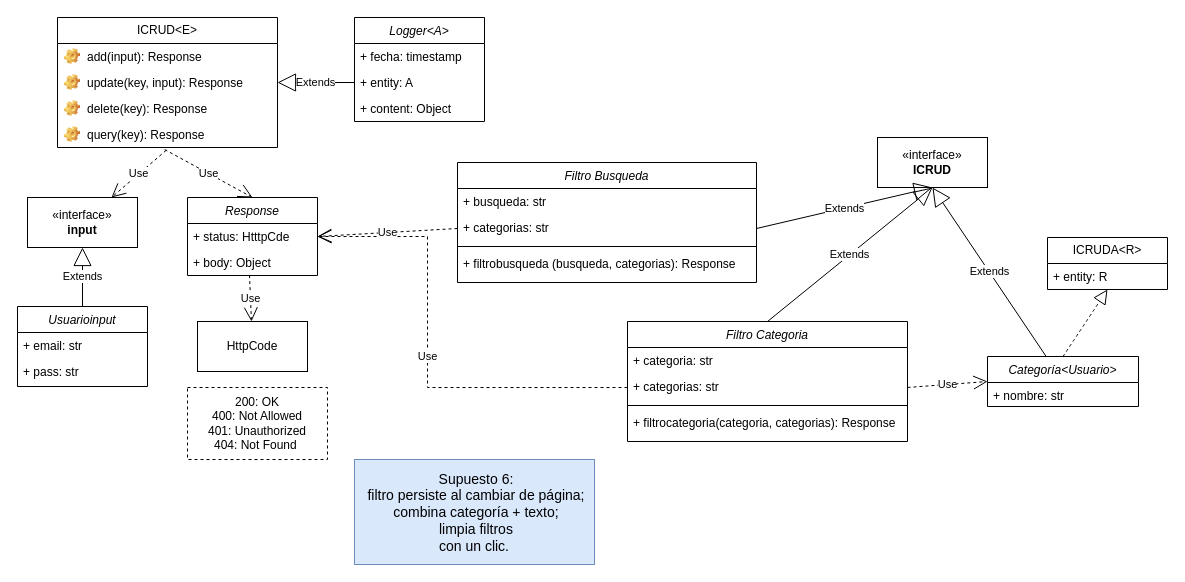
Above: Front-End_Sprint/DiagramaSupuesto6.drawio in Giggin-html/dwm4 (draw.io), before the change. Source tidied: cells renumbered, new cells numbered last; positions are measured from the earlier drawing's top-left corner, leaving out a move shared by most shapes. Both pictures are drawn from the tidied source at 100%, with x=0, y=0 at pixel (17, 17).
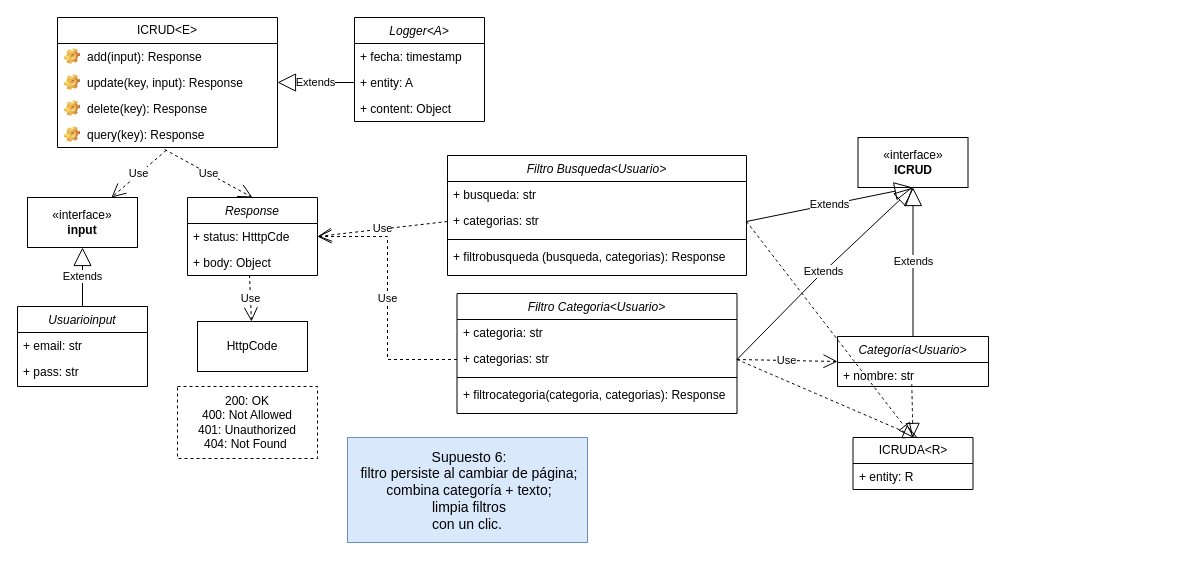
Above is the later version.

Unchanged cells that the change refers to:
```xml
<mxCell id="4" value="+ categorias: str" style="text;strokeColor=none;fillColor=none;align=left;verticalAlign=top;spacingLeft=4;spacingRight=4;overflow=hidden;points=[[0,0.5],[1,0.5]];portConstraint=eastwest;whiteSpace=wrap;html=1;" parent="2" vertex="1">
  <mxGeometry y="52" width="280" height="28" as="geometry" />
</mxCell>
<mxCell id="19" value="+ status: HtttpCde" style="text;strokeColor=none;fillColor=none;align=left;verticalAlign=top;spacingLeft=4;spacingRight=4;overflow=hidden;points=[[0,0.5],[1,0.5]];portConstraint=eastwest;whiteSpace=wrap;html=1;" parent="18" vertex="1">
  <mxGeometry y="26" width="130" height="26" as="geometry" />
</mxCell>
<mxCell id="36" value="+ categorias: str" style="text;strokeColor=none;fillColor=none;align=left;verticalAlign=top;spacingLeft=4;spacingRight=4;overflow=hidden;points=[[0,0.5],[1,0.5]];portConstraint=eastwest;whiteSpace=wrap;html=1;" parent="34" vertex="1">
  <mxGeometry y="52" width="299" height="28" as="geometry" />
</mxCell>
<mxCell id="42" value="+ nombre: str" style="text;strokeColor=none;fillColor=none;align=left;verticalAlign=top;spacingLeft=4;spacingRight=4;overflow=hidden;points=[[0,0.5],[1,0.5]];portConstraint=eastwest;whiteSpace=wrap;html=1;" parent="41" vertex="1">
  <mxGeometry y="26" width="151" height="24" as="geometry" />
</mxCell>
```

What changed in the source:
```diff
@@
-    <mxCell id="2" value="Filtro Categoria" style="swimlane;fontStyle=2;align=center;verticalAlign=top;horizontal=1;startSize=26;rounded=0;shadow=0;strokeWidth=1;" parent="1" vertex="1">
-      <mxGeometry x="610" y="304" width="280" height="120" as="geometry" />
+    <mxCell id="2" value="Filtro Categoria&lt;Usuario&gt;" style="swimlane;fontStyle=2;align=center;verticalAlign=top;horizontal=1;startSize=26;rounded=0;shadow=0;strokeWidth=1;" parent="1" vertex="1">
+      <mxGeometry x="439.5" y="276" width="280" height="120" as="geometry" />
     </mxCell>
@@
     <mxCell id="24" value="«interface»&lt;br&gt;&lt;b&gt;ICRUD&lt;/b&gt;" style="html=1;whiteSpace=wrap;" parent="1" vertex="1">
-      <mxGeometry x="860" y="120" width="110" height="50" as="geometry" />
+      <mxGeometry x="840.5" y="120" width="110" height="50" as="geometry" />
     </mxCell>
-    <mxCell id="25" value="Extends" style="endArrow=block;endSize=16;endFill=0;html=1;rounded=0;exitX=0.5;exitY=0;exitDx=0;exitDy=0;entryX=0.5;entryY=1;entryDx=0;entryDy=0;" parent="1" edge="1" source="2" target="24">
-      <mxGeometry relative="1" as="geometry" />
+    <mxCell id="25" value="Extends" style="endArrow=block;endSize=16;endFill=0;html=1;rounded=0;exitX=1;exitY=0.5;exitDx=0;exitDy=0;entryX=0.5;entryY=1;entryDx=0;entryDy=0;" parent="1" edge="1" source="4" target="24">
+      <mxGeometry relative="1" as="geometry">
+        <Array as="points">
+          <mxPoint x="800" y="260" />
+        </Array>
+      </mxGeometry>
     </mxCell>
     <mxCell id="26" value="Use" style="endArrow=open;endSize=12;dashed=1;html=1;rounded=0;entryX=1;entryY=0.5;entryDx=0;entryDy=0;exitX=0;exitY=0.5;exitDx=0;exitDy=0;" parent="1" edge="1" source="4" target="19">
       <mxGeometry relative="1" as="geometry">
         <Array as="points">
-          <mxPoint x="410" y="370" />
-          <mxPoint x="410" y="219" />
+          <mxPoint x="370" y="342" />
+          <mxPoint x="370" y="219" />
         </Array>
       </mxGeometry>
     </mxCell>
     <mxCell id="27" value="&lt;font style=&quot;font-size: 14px;&quot;&gt;&amp;nbsp;Supuesto 6:&lt;/font&gt;&lt;div&gt;&lt;font style=&quot;font-size: 14px;&quot;&gt;&amp;nbsp;filtro persiste al cambiar de página;&lt;/font&gt;&lt;/div&gt;&lt;div&gt;&lt;font style=&quot;font-size: 14px;&quot;&gt;&amp;nbsp;combina categoría + texto;&lt;/font&gt;&lt;/div&gt;&lt;div&gt;&lt;font style=&quot;font-size: 14px;&quot;&gt;&amp;nbsp;limpia filtros&lt;br&gt; con un clic.&lt;/font&gt;&lt;/div&gt;" style="html=1;whiteSpace=wrap;fillColor=#dae8fc;strokeColor=#6c8ebf;" parent="1" vertex="1">
-      <mxGeometry x="337" y="442" width="240" height="105" as="geometry" />
+      <mxGeometry x="330" y="420" width="240" height="105" as="geometry" />
     </mxCell>
     <mxCell id="28" value="200: OK&lt;div&gt;400: Not Allowed&lt;/div&gt;&lt;div&gt;&lt;div&gt;&lt;span style=&quot;background-color: transparent;&quot;&gt;401: Unauthorized&lt;/span&gt;&lt;/div&gt;&lt;div&gt;404: Not Found&amp;nbsp;&lt;/div&gt;&lt;/div&gt;" style="html=1;whiteSpace=wrap;dashed=1;" parent="1" vertex="1">
-      <mxGeometry x="170" y="370" width="140" height="72" as="geometry" />
+      <mxGeometry x="160" y="369" width="140" height="72" as="geometry" />
     </mxCell>
@@
-    <mxCell id="34" value="Filtro Busqueda" style="swimlane;fontStyle=2;align=center;verticalAlign=top;horizontal=1;startSize=26;rounded=0;shadow=0;strokeWidth=1;" parent="1" vertex="1">
-      <mxGeometry x="440" y="145" width="299" height="120" as="geometry" />
+    <mxCell id="34" value="Filtro Busqueda&lt;Usuario&gt;" style="swimlane;fontStyle=2;align=center;verticalAlign=top;horizontal=1;startSize=26;rounded=0;shadow=0;strokeWidth=1;" parent="1" vertex="1">
+      <mxGeometry x="430" y="138" width="299" height="120" as="geometry" />
     </mxCell>
@@
     <mxCell id="41" value="Categoría&lt;Usuario&gt;" style="swimlane;fontStyle=2;align=center;verticalAlign=top;horizontal=1;startSize=26;rounded=0;shadow=0;strokeWidth=1;" parent="1" vertex="1">
-      <mxGeometry x="970" y="339" width="151" height="50" as="geometry" />
+      <mxGeometry x="820" y="319" width="151" height="50" as="geometry" />
     </mxCell>
@@
     <mxCell id="46" value="ICRUDA&amp;lt;R&amp;gt;" style="swimlane;fontStyle=0;horizontal=1;startSize=26;fillColor=none;whiteSpace=wrap;html=1;" parent="1" vertex="1">
-      <mxGeometry x="1030" y="220" width="120" height="52" as="geometry" />
+      <mxGeometry x="835.5" y="420" width="120" height="52" as="geometry" />
     </mxCell>
@@
-    <mxCell id="48" style="endArrow=block;dashed=1;endFill=0;endSize=12;html=1;rounded=0;fontSize=12;curved=1;entryX=0.5;entryY=1;entryDx=0;entryDy=0;exitX=0.5;exitY=0;exitDx=0;exitDy=0;" parent="1" edge="1" source="41" target="46">
+    <mxCell id="48" style="endArrow=block;dashed=1;endFill=0;endSize=12;html=1;rounded=0;fontSize=12;curved=1;entryX=0.5;entryY=0;entryDx=0;entryDy=0;exitX=0.492;exitY=0.907;exitDx=0;exitDy=0;exitPerimeter=0;" parent="1" edge="1" source="42" target="46">
       <mxGeometry relative="1" as="geometry" />
     </mxCell>
+    <mxCell id="49" style="endArrow=block;dashed=1;endFill=0;endSize=12;html=1;rounded=0;fontSize=12;curved=1;exitX=1;exitY=0.5;exitDx=0;exitDy=0;" parent="1" edge="1" source="4">
+      <mxGeometry relative="1" as="geometry">
+        <mxPoint x="900" y="420" as="targetPoint" />
+      </mxGeometry>
+    </mxCell>
+    <mxCell id="50" style="endArrow=block;dashed=1;endFill=0;endSize=12;html=1;rounded=0;fontSize=12;curved=1;entryX=0.5;entryY=0;entryDx=0;entryDy=0;exitX=1;exitY=0.5;exitDx=0;exitDy=0;" parent="1" edge="1" source="36" target="46">
+      <mxGeometry relative="1" as="geometry" />
+    </mxCell>
```
